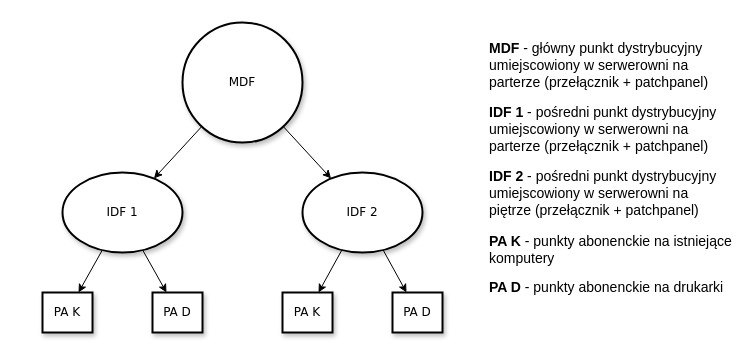
Earlier version of the draw.io diagram projekt-fizyczny/obrazy/diagram-struktury-logicznej.drawio (smichajlidis/projekt-sieci-fizycznej-i-logicznej-budynku-dwukondygnacyjnego). Source tidied: cells renumbered, new cells numbered last; positions are measured from the earlier drawing's top-left corner, leaving out a move shared by most shapes. Both pictures are drawn from the tidied source at 100%, with x=0, y=0 at pixel (42, 22).
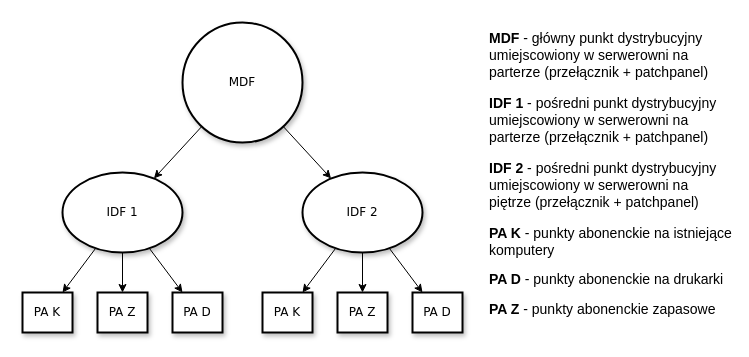
After the change.

Commit message (it also covers changes not shown here):
dodanie punktów abonenckich zapasowych do diagramu

The change refers to these unchanged cells:
```xml
<mxCell id="4" value="IDF 2" style="ellipse;whiteSpace=wrap;html=1;rounded=1;shadow=1;comic=0;labelBackgroundColor=none;strokeWidth=2;fontFamily=Verdana;fontSize=12;align=center;" parent="1" vertex="1">
  <mxGeometry x="260" y="150" width="120" height="80" as="geometry" />
</mxCell>
<mxCell id="10" value="IDF 1" style="ellipse;whiteSpace=wrap;html=1;rounded=1;shadow=1;comic=0;labelBackgroundColor=none;strokeWidth=2;fontFamily=Verdana;fontSize=12;align=center;" parent="1" vertex="1">
  <mxGeometry x="20" y="150" width="120" height="80" as="geometry" />
</mxCell>
```

The edit, as a diff of the source:
```diff
@@
+    <mxCell id="26" style="edgeStyle=orthogonalEdgeStyle;rounded=0;jettySize=auto;html=1;" parent="1" edge="1" source="4" target="31">
+      <mxGeometry relative="1" as="geometry" />
+    </mxCell>
@@
+    <mxCell id="27" style="edgeStyle=orthogonalEdgeStyle;rounded=0;jettySize=auto;html=1;" parent="1" edge="1" source="10" target="30">
+      <mxGeometry relative="1" as="geometry" />
+    </mxCell>
@@
     <mxCell id="11" value="PA K" style="whiteSpace=wrap;html=1;rounded=1;shadow=1;comic=0;labelBackgroundColor=none;strokeWidth=2;fontFamily=Verdana;fontSize=12;align=center;arcSize=0;" parent="1" vertex="1">
-      <mxGeometry y="270" width="50" height="40" as="geometry" />
+      <mxGeometry x="-20" y="270" width="50" height="40" as="geometry" />
     </mxCell>
     <mxCell id="12" value="PA D" style="whiteSpace=wrap;html=1;rounded=1;shadow=1;comic=0;labelBackgroundColor=none;strokeWidth=2;fontFamily=Verdana;fontSize=12;align=center;arcSize=0;" parent="1" vertex="1">
-      <mxGeometry x="110" y="270" width="50" height="40" as="geometry" />
+      <mxGeometry x="130" y="270" width="50" height="40" as="geometry" />
     </mxCell>
     <mxCell id="13" value="PA K" style="whiteSpace=wrap;html=1;rounded=1;shadow=1;comic=0;labelBackgroundColor=none;strokeWidth=2;fontFamily=Verdana;fontSize=12;align=center;arcSize=0;" parent="1" vertex="1">
-      <mxGeometry x="240" y="270" width="50" height="40" as="geometry" />
+      <mxGeometry x="220" y="270" width="50" height="40" as="geometry" />
     </mxCell>
     <mxCell id="14" value="PA D" style="whiteSpace=wrap;html=1;rounded=1;shadow=1;comic=0;labelBackgroundColor=none;strokeWidth=2;fontFamily=Verdana;fontSize=12;align=center;arcSize=0;" parent="1" vertex="1">
-      <mxGeometry x="350" y="270" width="50" height="40" as="geometry" />
+      <mxGeometry x="370" y="270" width="50" height="40" as="geometry" />
     </mxCell>
     <mxCell id="15" style="shape=table;startSize=0;childLayout=tableLayout;fontSize=11;fillColor=none;strokeColor=none;" parent="1" vertex="1">
-      <mxGeometry x="440" y="10" width="250" height="270" as="geometry" />
+      <mxGeometry x="440" width="250" height="302" as="geometry" />
     </mxCell>
@@
     <mxCell id="18" style="shape=tableRow;horizontal=0;startSize=0;swimlaneHead=0;swimlaneBody=0;strokeColor=inherit;top=0;left=0;bottom=0;right=0;fillColor=none;fontSize=16;" parent="15" vertex="1">
-      <mxGeometry y="65" width="250" height="63" as="geometry" />
+      <mxGeometry y="65" width="250" height="65" as="geometry" />
     </mxCell>
     <mxCell id="19" value="&lt;font style=&quot;font-size: 14px;&quot;&gt;&lt;b&gt;IDF 1&lt;/b&gt; - pośredni punkt dystrybucyjny umiejscowiony w serwerowni na parterze (przełącznik + patchpanel)&lt;br&gt;&lt;/font&gt;" style="shape=partialRectangle;html=1;whiteSpace=wrap;strokeColor=inherit;overflow=hidden;fillColor=none;top=0;left=0;bottom=0;right=0;fontSize=12;align=left;spacingLeft=5;" parent="18" vertex="1">
-      <mxGeometry width="250" height="63" as="geometry" />
+      <mxGeometry width="250" height="65" as="geometry" />
     </mxCell>
     <mxCell id="20" style="shape=tableRow;horizontal=0;startSize=0;swimlaneHead=0;swimlaneBody=0;strokeColor=inherit;top=0;left=0;bottom=0;right=0;fillColor=none;fontSize=16;" parent="15" vertex="1">
-      <mxGeometry y="128" width="250" height="65" as="geometry" />
+      <mxGeometry y="130" width="250" height="65" as="geometry" />
     </mxCell>
@@
     <mxCell id="22" style="shape=tableRow;horizontal=0;startSize=0;swimlaneHead=0;swimlaneBody=0;strokeColor=inherit;top=0;left=0;bottom=0;right=0;fillColor=none;fontSize=16;" parent="15" vertex="1">
-      <mxGeometry y="193" width="250" height="47" as="geometry" />
+      <mxGeometry y="195" width="250" height="47" as="geometry" />
     </mxCell>
@@
     <mxCell id="24" style="shape=tableRow;horizontal=0;startSize=0;swimlaneHead=0;swimlaneBody=0;strokeColor=inherit;top=0;left=0;bottom=0;right=0;fillColor=none;fontSize=16;" parent="15" vertex="1">
-      <mxGeometry y="240" width="250" height="30" as="geometry" />
+      <mxGeometry y="242" width="250" height="30" as="geometry" />
     </mxCell>
@@
+    <mxCell id="28" style="shape=tableRow;horizontal=0;startSize=0;swimlaneHead=0;swimlaneBody=0;strokeColor=inherit;top=0;left=0;bottom=0;right=0;fillColor=none;fontSize=16;" parent="15" vertex="1">
+      <mxGeometry y="272" width="250" height="30" as="geometry" />
+    </mxCell>
+    <mxCell id="29" value="&lt;font style=&quot;font-size: 14px;&quot;&gt;&lt;b&gt;PA Z&lt;/b&gt; - punkty abonenckie zapasowe&lt;br&gt;&lt;/font&gt;" style="shape=partialRectangle;html=1;whiteSpace=wrap;strokeColor=inherit;overflow=hidden;fillColor=none;top=0;left=0;bottom=0;right=0;fontSize=12;align=left;spacingLeft=5;" parent="28" vertex="1">
+      <mxGeometry width="250" height="30" as="geometry" />
+    </mxCell>
+    <mxCell id="30" value="PA Z" style="whiteSpace=wrap;html=1;rounded=1;shadow=1;comic=0;labelBackgroundColor=none;strokeWidth=2;fontFamily=Verdana;fontSize=12;align=center;arcSize=0;" parent="1" vertex="1">
+      <mxGeometry x="55" y="270" width="50" height="40" as="geometry" />
+    </mxCell>
+    <mxCell id="31" value="PA Z" style="whiteSpace=wrap;html=1;rounded=1;shadow=1;comic=0;labelBackgroundColor=none;strokeWidth=2;fontFamily=Verdana;fontSize=12;align=center;arcSize=0;" parent="1" vertex="1">
+      <mxGeometry x="295" y="270" width="50" height="40" as="geometry" />
+    </mxCell>
```
